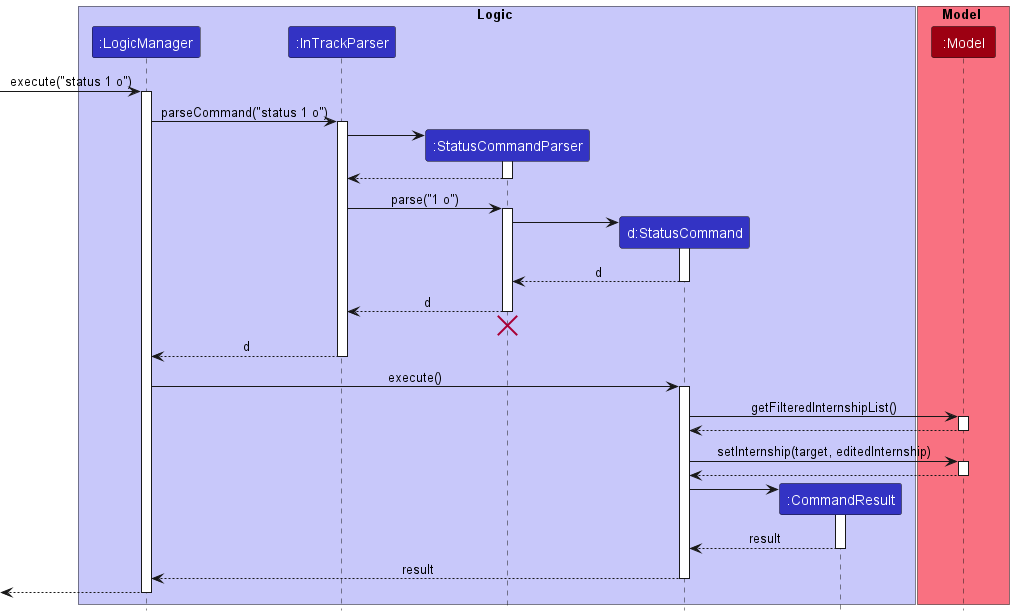
The PlantUML diagram docs/images/StatusSequenceDiagram.png in nus-cs2103-AY2223S1/tp, before a commit. The source it was exported from:
```plantuml
@startuml
!include style.puml

box Logic LOGIC_COLOR_T1
participant ":LogicManager" as LogicManager LOGIC_COLOR
participant ":InTrackParser" as InTrackParser LOGIC_COLOR
participant ":StatusCommandParser" as StatusCommandParser LOGIC_COLOR
participant "d:StatusCommand" as StatusCommand LOGIC_COLOR
participant ":CommandResult" as CommandResult LOGIC_COLOR
end box

box Model MODEL_COLOR_T1
participant ":Model" as Model MODEL_COLOR
end box

[-> LogicManager : execute("status 1 o")
activate LogicManager

LogicManager -> InTrackParser : parseCommand("status 1 o")
activate InTrackParser

create StatusCommandParser
InTrackParser -> StatusCommandParser
activate StatusCommandParser

StatusCommandParser --> InTrackParser
deactivate StatusCommandParser

InTrackParser -> StatusCommandParser : parse("1 o")
activate StatusCommandParser

create StatusCommand
StatusCommandParser -> StatusCommand
activate StatusCommand

StatusCommand --> StatusCommandParser : d
deactivate StatusCommand

StatusCommandParser --> InTrackParser : d
deactivate StatusCommandParser
StatusCommandParser -[hidden]-> InTrackParser
destroy StatusCommandParser

InTrackParser --> LogicManager : d
deactivate InTrackParser

LogicManager -> StatusCommand : execute()
activate StatusCommand

StatusCommand -> Model : getFilteredInternshipList()
activate Model

Model --> StatusCommand
deactivate Model

StatusCommand -> Model : setInternship(target, editedInternship)
activate Model

Model --> StatusCommand
deactivate Model

create CommandResult
StatusCommand -> CommandResult
activate CommandResult

CommandResult --> StatusCommand : result
deactivate CommandResult

StatusCommand --> LogicManager : result
deactivate StatusCommand

[<--LogicManager
deactivate LogicManager
@enduml
```
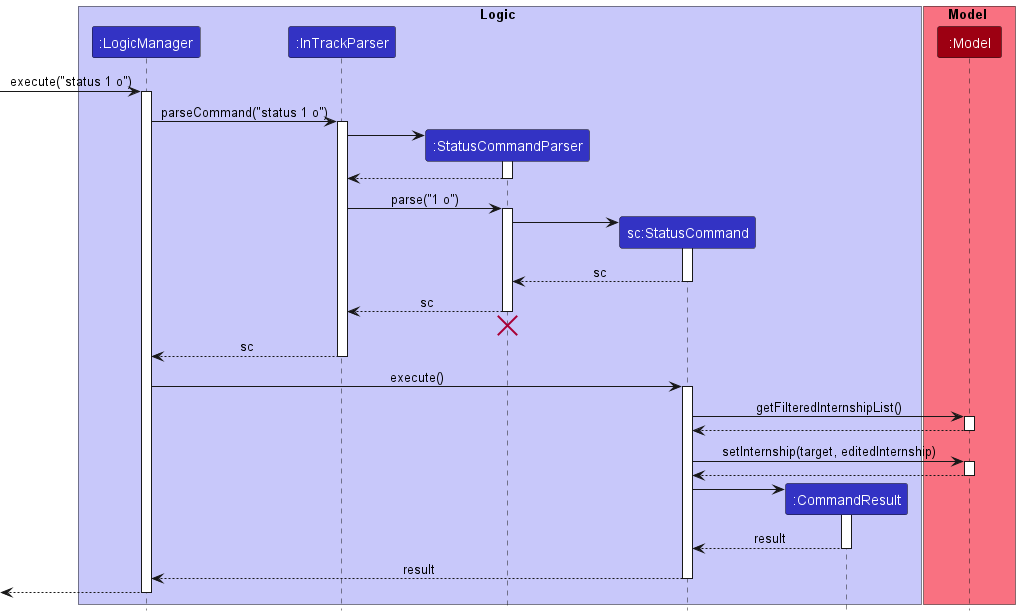
After the change.

Change to the diagram source:
```diff
@@ -5,7 +5,7 @@
 participant ":LogicManager" as LogicManager LOGIC_COLOR
 participant ":InTrackParser" as InTrackParser LOGIC_COLOR
 participant ":StatusCommandParser" as StatusCommandParser LOGIC_COLOR
-participant "d:StatusCommand" as StatusCommand LOGIC_COLOR
+participant "sc:StatusCommand" as StatusCommand LOGIC_COLOR
 participant ":CommandResult" as CommandResult LOGIC_COLOR
 end box
 
@@ -33,15 +33,15 @@
 StatusCommandParser -> StatusCommand
 activate StatusCommand
 
-StatusCommand --> StatusCommandParser : d
+StatusCommand --> StatusCommandParser : sc
 deactivate StatusCommand
 
-StatusCommandParser --> InTrackParser : d
+StatusCommandParser --> InTrackParser : sc
 deactivate StatusCommandParser
 StatusCommandParser -[hidden]-> InTrackParser
 destroy StatusCommandParser
 
-InTrackParser --> LogicManager : d
+InTrackParser --> LogicManager : sc
 deactivate InTrackParser
 
 LogicManager -> StatusCommand : execute()
```
